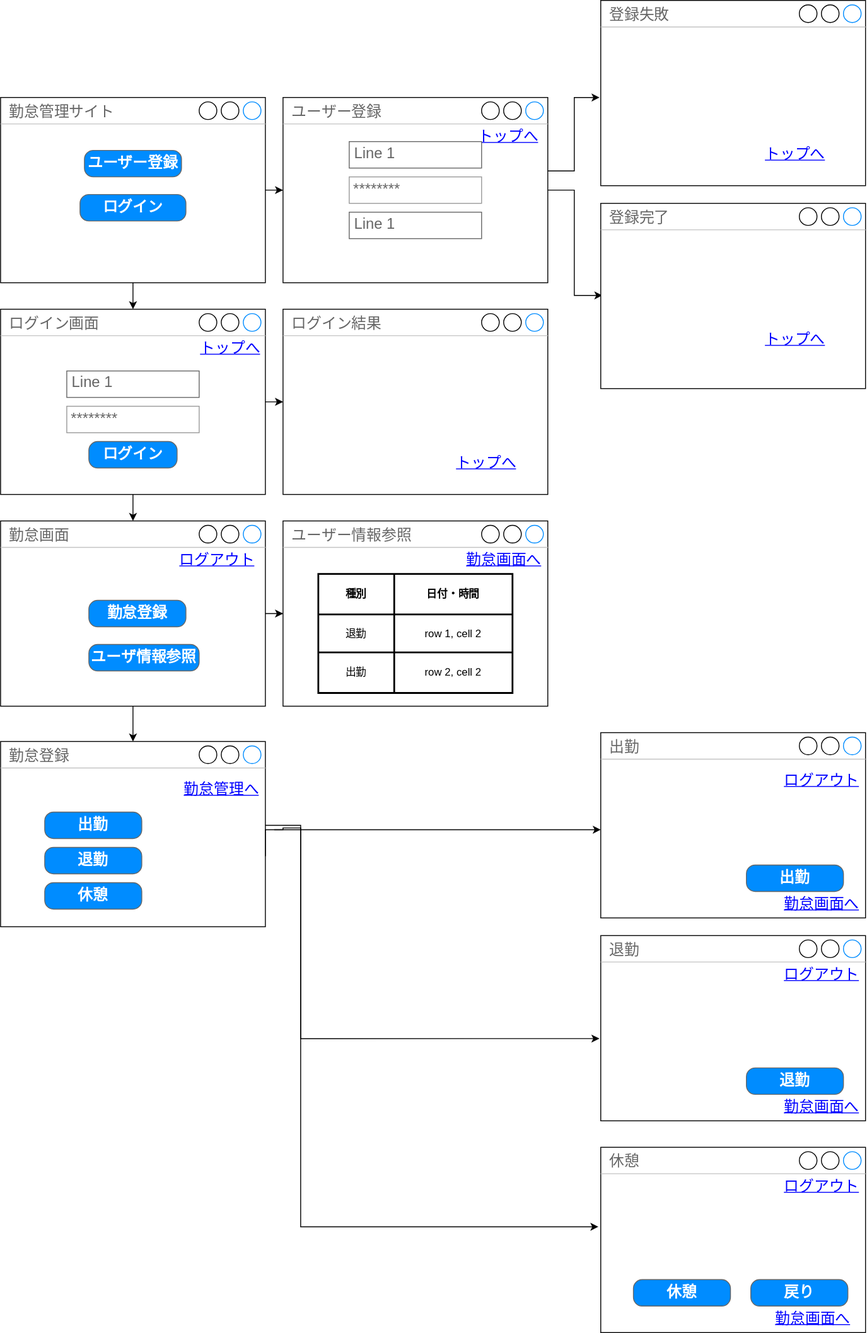
Earlier version of the draw.io export 名称未設定ファイル.drawio.svg (fmy-2029/sampleRepo). Source tidied: cells renumbered, new cells last; positions are measured from the earlier drawing's top-left corner, leaving out a move shared by most shapes.
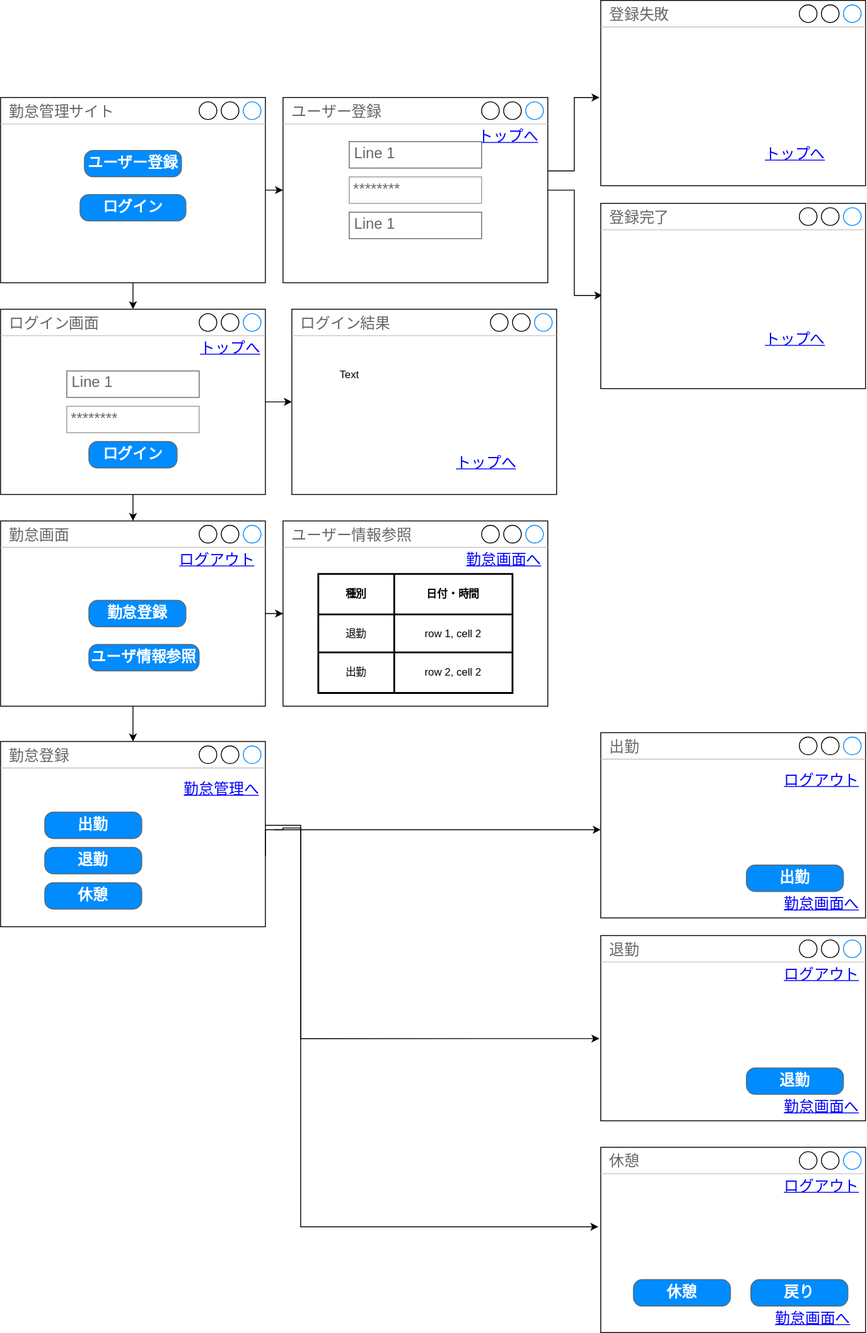
After the change.

Commit message:
名称未設定ファイル.drawio.svg を更新します

What changed in the source:
```diff
@@ -39,7 +39,7 @@
       <mxGeometry x="680" y="230" width="300" height="210" as="geometry" />
     </mxCell>
     <mxCell id="14" value="ログイン結果" style="strokeWidth=1;shadow=0;dashed=0;align=center;html=1;shape=mxgraph.mockup.containers.window;align=left;verticalAlign=top;spacingLeft=8;strokeColor2=#008cff;strokeColor3=#c4c4c4;fontColor=#666666;mainText=;fontSize=17;labelBackgroundColor=none;whiteSpace=wrap;" parent="1" vertex="1">
-      <mxGeometry x="320" y="350" width="300" height="210" as="geometry" />
+      <mxGeometry x="330" y="350" width="300" height="210" as="geometry" />
     </mxCell>
     <mxCell id="15" style="edgeStyle=orthogonalEdgeStyle;rounded=0;jettySize=auto;html=1;" parent="1" edge="1" source="17" target="20">
       <mxGeometry relative="1" as="geometry" />
@@ -224,5 +224,8 @@
     <mxCell id="66" value="勤怠画面へ" style="shape=rectangle;strokeColor=none;fillColor=none;linkText=;fontSize=17;fontColor=#0000ff;fontStyle=4;html=1;align=center;" parent="1" vertex="1">
       <mxGeometry x="530" y="620" width="80" height="30" as="geometry" />
     </mxCell>
+    <mxCell id="67" value="Text" style="text;html=1;align=center;verticalAlign=middle;strokeColor=none;fillColor=none;" parent="1" vertex="1">
+      <mxGeometry x="370" y="410" width="50" height="30" as="geometry" />
+    </mxCell>
   </root>
 </mxGraphModel>
```
